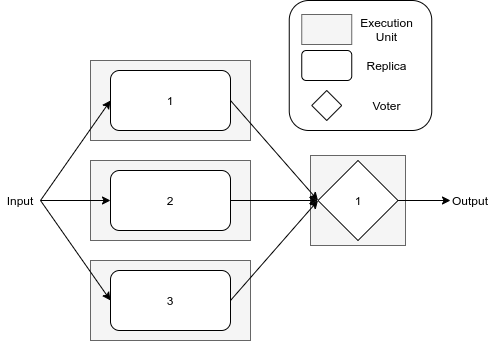
Before: images/Classical2OO3.png, a diagram exported from draw.io (Boffmann/masterThesis). Source tidied: cells renumbered, new cells last; positions are measured from the earlier drawing's top-left corner, leaving out a move shared by most shapes. Its diagram source:
```xml
<mxGraphModel>
  <root>
    <mxCell id="0" />
    <mxCell id="1" parent="0" />
    <mxCell id="2" style="rounded=0;whiteSpace=wrap;html=1;fillColor=#f5f5f5;strokeColor=#666666;fontColor=#333333;" parent="1" vertex="1">
      <mxGeometry x="310" y="155" width="95" height="90" as="geometry" />
    </mxCell>
    <mxCell id="3" style="rounded=0;whiteSpace=wrap;html=1;fillColor=#f5f5f5;strokeColor=#666666;fontColor=#333333;" parent="1" vertex="1">
      <mxGeometry x="90" y="160" width="160" height="80" as="geometry" />
    </mxCell>
    <mxCell id="4" style="rounded=0;whiteSpace=wrap;html=1;fillColor=#f5f5f5;strokeColor=#666666;fontColor=#333333;" parent="1" vertex="1">
      <mxGeometry x="90" y="60" width="160" height="80" as="geometry" />
    </mxCell>
    <mxCell id="5" value="1" style="rounded=1;whiteSpace=wrap;html=1;" parent="1" vertex="1">
      <mxGeometry x="110" y="70" width="120" height="60" as="geometry" />
    </mxCell>
    <mxCell id="6" value="2" style="rounded=1;whiteSpace=wrap;html=1;" parent="1" vertex="1">
      <mxGeometry x="110" y="170" width="120" height="60" as="geometry" />
    </mxCell>
    <mxCell id="7" style="edgeStyle=orthogonalEdgeStyle;rounded=0;jettySize=auto;html=1;entryX=0;entryY=0.5;entryDx=0;entryDy=0;" parent="1" edge="1" source="8" target="14">
      <mxGeometry relative="1" as="geometry" />
    </mxCell>
    <mxCell id="8" value="1" style="rhombus;whiteSpace=wrap;html=1;" parent="1" vertex="1">
      <mxGeometry x="317.5" y="160" width="80" height="80" as="geometry" />
    </mxCell>
    <mxCell id="9" style="endArrow=classic;html=1;entryX=0;entryY=0.5;entryDx=0;entryDy=0;exitX=1;exitY=0.5;exitDx=0;exitDy=0;" parent="1" edge="1" source="6" target="8">
      <mxGeometry relative="1" as="geometry" />
    </mxCell>
    <mxCell id="10" style="endArrow=classic;html=1;entryX=0;entryY=0.5;entryDx=0;entryDy=0;exitX=1;exitY=0.5;exitDx=0;exitDy=0;" parent="1" edge="1" source="5" target="8">
      <mxGeometry relative="1" as="geometry" />
    </mxCell>
    <mxCell id="11" value="Input" style="text;html=1;strokeColor=none;fillColor=none;align=center;verticalAlign=middle;whiteSpace=wrap;rounded=0;" parent="1" vertex="1">
      <mxGeometry y="190" width="40" height="20" as="geometry" />
    </mxCell>
    <mxCell id="12" style="endArrow=classic;html=1;exitX=1;exitY=0.5;exitDx=0;exitDy=0;entryX=0;entryY=0.5;entryDx=0;entryDy=0;" parent="1" edge="1" source="11" target="5">
      <mxGeometry relative="1" as="geometry" />
    </mxCell>
    <mxCell id="13" style="endArrow=classic;html=1;exitX=1;exitY=0.5;exitDx=0;exitDy=0;entryX=0;entryY=0.5;entryDx=0;entryDy=0;" parent="1" edge="1" source="11" target="6">
      <mxGeometry relative="1" as="geometry" />
    </mxCell>
    <mxCell id="14" value="Output" style="text;html=1;strokeColor=none;fillColor=none;align=center;verticalAlign=middle;whiteSpace=wrap;rounded=0;" parent="1" vertex="1">
      <mxGeometry x="450" y="190" width="40" height="20" as="geometry" />
    </mxCell>
    <mxCell id="15" style="rounded=0;whiteSpace=wrap;html=1;fillColor=#f5f5f5;strokeColor=#666666;fontColor=#333333;" parent="1" vertex="1">
      <mxGeometry x="90" y="260" width="160" height="80" as="geometry" />
    </mxCell>
    <mxCell id="16" value="3" style="rounded=1;whiteSpace=wrap;html=1;" parent="1" vertex="1">
      <mxGeometry x="110" y="270" width="120" height="60" as="geometry" />
    </mxCell>
    <mxCell id="17" style="endArrow=classic;html=1;exitX=1;exitY=0.5;exitDx=0;exitDy=0;entryX=0;entryY=0.5;entryDx=0;entryDy=0;" parent="1" edge="1" source="11" target="16">
      <mxGeometry relative="1" as="geometry" />
    </mxCell>
    <mxCell id="18" style="endArrow=classic;html=1;exitX=1;exitY=0.5;exitDx=0;exitDy=0;entryX=0;entryY=0.5;entryDx=0;entryDy=0;" parent="1" edge="1" source="16" target="8">
      <mxGeometry relative="1" as="geometry" />
    </mxCell>
    <mxCell id="19" style="rounded=1;whiteSpace=wrap;html=1;" parent="1" vertex="1">
      <mxGeometry x="288.8" width="142.5" height="130" as="geometry" />
    </mxCell>
    <mxCell id="20" style="rounded=0;whiteSpace=wrap;html=1;fillColor=#f5f5f5;strokeColor=#666666;fontColor=#333333;" parent="1" vertex="1">
      <mxGeometry x="301.2" y="14" width="50" height="30" as="geometry" />
    </mxCell>
    <mxCell id="21" value="Execution&lt;br&gt;Unit" style="text;html=1;align=center;verticalAlign=middle;" parent="1" vertex="1">
      <mxGeometry x="351.2" y="14" width="70" height="30" as="geometry" />
    </mxCell>
    <mxCell id="22" style="rounded=1;whiteSpace=wrap;html=1;" parent="1" vertex="1">
      <mxGeometry x="301.2" y="50" width="50" height="30" as="geometry" />
    </mxCell>
    <mxCell id="23" value="Replica" style="text;html=1;align=center;verticalAlign=middle;points=[];" parent="1" vertex="1">
      <mxGeometry x="356.2" y="55" width="60" height="20" as="geometry" />
    </mxCell>
    <mxCell id="24" style="rhombus;whiteSpace=wrap;html=1;" parent="1" vertex="1">
      <mxGeometry x="311.2" y="90" width="30" height="30" as="geometry" />
    </mxCell>
    <mxCell id="25" value="Voter" style="text;html=1;align=center;verticalAlign=middle;points=[];" parent="1" vertex="1">
      <mxGeometry x="366.2" y="95" width="40" height="20" as="geometry" />
    </mxCell>
  </root>
</mxGraphModel>
```
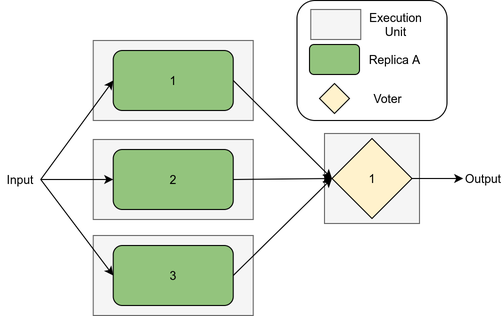
After the commit.

The edit, as a diff of the source:
```diff
@@ -3,76 +3,76 @@
     <mxCell id="0" />
     <mxCell id="1" parent="0" />
     <mxCell id="2" style="rounded=0;whiteSpace=wrap;html=1;fillColor=#f5f5f5;strokeColor=#666666;fontColor=#333333;" parent="1" vertex="1">
-      <mxGeometry x="310" y="155" width="95" height="90" as="geometry" />
+      <mxGeometry x="970" y="1043" width="95" height="90" as="geometry" />
     </mxCell>
     <mxCell id="3" style="rounded=0;whiteSpace=wrap;html=1;fillColor=#f5f5f5;strokeColor=#666666;fontColor=#333333;" parent="1" vertex="1">
-      <mxGeometry x="90" y="160" width="160" height="80" as="geometry" />
+      <mxGeometry x="738.8" y="1145" width="160" height="80" as="geometry" />
     </mxCell>
     <mxCell id="4" style="rounded=0;whiteSpace=wrap;html=1;fillColor=#f5f5f5;strokeColor=#666666;fontColor=#333333;" parent="1" vertex="1">
-      <mxGeometry x="90" y="60" width="160" height="80" as="geometry" />
+      <mxGeometry x="738.8" y="1049" width="160" height="80" as="geometry" />
     </mxCell>
-    <mxCell id="5" value="1" style="rounded=1;whiteSpace=wrap;html=1;" parent="1" vertex="1">
-      <mxGeometry x="110" y="70" width="120" height="60" as="geometry" />
+    <mxCell id="5" style="rounded=0;whiteSpace=wrap;html=1;fillColor=#f5f5f5;strokeColor=#666666;fontColor=#333333;" parent="1" vertex="1">
+      <mxGeometry x="738.8" y="950" width="160" height="80" as="geometry" />
     </mxCell>
-    <mxCell id="6" value="2" style="rounded=1;whiteSpace=wrap;html=1;" parent="1" vertex="1">
-      <mxGeometry x="110" y="170" width="120" height="60" as="geometry" />
+    <mxCell id="6" value="1" style="rounded=1;whiteSpace=wrap;html=1;fillColor=#93c47d;" parent="1" vertex="1">
+      <mxGeometry x="758.8" y="960" width="120" height="60" as="geometry" />
     </mxCell>
-    <mxCell id="7" style="edgeStyle=orthogonalEdgeStyle;rounded=0;jettySize=auto;html=1;entryX=0;entryY=0.5;entryDx=0;entryDy=0;" parent="1" edge="1" source="8" target="14">
-      <mxGeometry relative="1" as="geometry" />
+    <mxCell id="7" value="3" style="rounded=1;whiteSpace=wrap;html=1;fillColor=#93c47d;" parent="1" vertex="1">
+      <mxGeometry x="758.8" y="1155" width="120" height="60" as="geometry" />
     </mxCell>
-    <mxCell id="8" value="1" style="rhombus;whiteSpace=wrap;html=1;" parent="1" vertex="1">
-      <mxGeometry x="317.5" y="160" width="80" height="80" as="geometry" />
+    <mxCell id="8" value="2" style="rounded=1;whiteSpace=wrap;html=1;fillColor=#93c47d;" parent="1" vertex="1">
+      <mxGeometry x="758.8" y="1059" width="120" height="60" as="geometry" />
     </mxCell>
-    <mxCell id="9" style="endArrow=classic;html=1;entryX=0;entryY=0.5;entryDx=0;entryDy=0;exitX=1;exitY=0.5;exitDx=0;exitDy=0;" parent="1" edge="1" source="6" target="8">
-      <mxGeometry relative="1" as="geometry" />
+    <mxCell id="9" value="Input" style="text;html=1;strokeColor=none;fillColor=none;align=center;verticalAlign=middle;whiteSpace=wrap;rounded=0;" parent="1" vertex="1">
+      <mxGeometry x="646.2" y="1079" width="40" height="20" as="geometry" />
     </mxCell>
-    <mxCell id="10" style="endArrow=classic;html=1;entryX=0;entryY=0.5;entryDx=0;entryDy=0;exitX=1;exitY=0.5;exitDx=0;exitDy=0;" parent="1" edge="1" source="5" target="8">
+    <mxCell id="10" style="endArrow=classic;html=1;exitX=1;exitY=0.5;exitDx=0;exitDy=0;entryX=0;entryY=0.5;entryDx=0;entryDy=0;" parent="1" edge="1" source="9" target="8">
       <mxGeometry relative="1" as="geometry" />
     </mxCell>
-    <mxCell id="11" value="Input" style="text;html=1;strokeColor=none;fillColor=none;align=center;verticalAlign=middle;whiteSpace=wrap;rounded=0;" parent="1" vertex="1">
-      <mxGeometry y="190" width="40" height="20" as="geometry" />
+    <mxCell id="11" style="endArrow=classic;html=1;entryX=0;entryY=0.5;entryDx=0;entryDy=0;exitX=1;exitY=0.5;exitDx=0;exitDy=0;" parent="1" edge="1" source="9" target="6">
+      <mxGeometry relative="1" as="geometry" />
     </mxCell>
-    <mxCell id="12" style="endArrow=classic;html=1;exitX=1;exitY=0.5;exitDx=0;exitDy=0;entryX=0;entryY=0.5;entryDx=0;entryDy=0;" parent="1" edge="1" source="11" target="5">
+    <mxCell id="12" style="endArrow=classic;html=1;exitX=1;exitY=0.5;exitDx=0;exitDy=0;entryX=0;entryY=0.5;entryDx=0;entryDy=0;" parent="1" edge="1" source="9" target="7">
       <mxGeometry relative="1" as="geometry" />
     </mxCell>
-    <mxCell id="13" style="endArrow=classic;html=1;exitX=1;exitY=0.5;exitDx=0;exitDy=0;entryX=0;entryY=0.5;entryDx=0;entryDy=0;" parent="1" edge="1" source="11" target="6">
+    <mxCell id="13" style="endArrow=classic;html=1;exitX=1;exitY=0.5;exitDx=0;exitDy=0;entryX=0;entryY=0.5;entryDx=0;entryDy=0;" parent="1" edge="1" source="7" target="25">
       <mxGeometry relative="1" as="geometry" />
     </mxCell>
-    <mxCell id="14" value="Output" style="text;html=1;strokeColor=none;fillColor=none;align=center;verticalAlign=middle;whiteSpace=wrap;rounded=0;" parent="1" vertex="1">
-      <mxGeometry x="450" y="190" width="40" height="20" as="geometry" />
+    <mxCell id="14" style="endArrow=classic;html=1;exitX=1;exitY=0.5;exitDx=0;exitDy=0;entryX=0;entryY=0.5;entryDx=0;entryDy=0;" parent="1" edge="1" source="8" target="25">
+      <mxGeometry relative="1" as="geometry" />
     </mxCell>
-    <mxCell id="15" style="rounded=0;whiteSpace=wrap;html=1;fillColor=#f5f5f5;strokeColor=#666666;fontColor=#333333;" parent="1" vertex="1">
-      <mxGeometry x="90" y="260" width="160" height="80" as="geometry" />
+    <mxCell id="15" style="endArrow=classic;html=1;exitX=1;exitY=0.5;exitDx=0;exitDy=0;entryX=0;entryY=0.5;entryDx=0;entryDy=0;" parent="1" edge="1" source="6" target="25">
+      <mxGeometry relative="1" as="geometry" />
     </mxCell>
-    <mxCell id="16" value="3" style="rounded=1;whiteSpace=wrap;html=1;" parent="1" vertex="1">
-      <mxGeometry x="110" y="270" width="120" height="60" as="geometry" />
+    <mxCell id="16" style="rounded=1;whiteSpace=wrap;html=1;" parent="1" vertex="1">
+      <mxGeometry x="942.5" y="910" width="150" height="120" as="geometry" />
     </mxCell>
-    <mxCell id="17" style="endArrow=classic;html=1;exitX=1;exitY=0.5;exitDx=0;exitDy=0;entryX=0;entryY=0.5;entryDx=0;entryDy=0;" parent="1" edge="1" source="11" target="16">
-      <mxGeometry relative="1" as="geometry" />
+    <mxCell id="17" style="rounded=0;whiteSpace=wrap;html=1;fillColor=#f5f5f5;strokeColor=#666666;fontColor=#333333;" parent="1" vertex="1">
+      <mxGeometry x="956.2" y="919" width="50" height="30" as="geometry" />
     </mxCell>
-    <mxCell id="18" style="endArrow=classic;html=1;exitX=1;exitY=0.5;exitDx=0;exitDy=0;entryX=0;entryY=0.5;entryDx=0;entryDy=0;" parent="1" edge="1" source="16" target="8">
-      <mxGeometry relative="1" as="geometry" />
+    <mxCell id="18" value="Execution&lt;br&gt;Unit" style="text;html=1;align=center;verticalAlign=middle;" parent="1" vertex="1">
+      <mxGeometry x="1006.2" y="919" width="70" height="30" as="geometry" />
     </mxCell>
-    <mxCell id="19" style="rounded=1;whiteSpace=wrap;html=1;" parent="1" vertex="1">
-      <mxGeometry x="288.8" width="142.5" height="130" as="geometry" />
+    <mxCell id="19" style="rhombus;whiteSpace=wrap;html=1;fillColor=#fff2cc;" parent="1" vertex="1">
+      <mxGeometry x="965" y="993" width="30" height="30" as="geometry" />
     </mxCell>
-    <mxCell id="20" style="rounded=0;whiteSpace=wrap;html=1;fillColor=#f5f5f5;strokeColor=#666666;fontColor=#333333;" parent="1" vertex="1">
-      <mxGeometry x="301.2" y="14" width="50" height="30" as="geometry" />
+    <mxCell id="20" value="Voter" style="text;html=1;align=center;verticalAlign=middle;" parent="1" vertex="1">
+      <mxGeometry x="1012.5" y="998" width="40" height="20" as="geometry" />
     </mxCell>
-    <mxCell id="21" value="Execution&lt;br&gt;Unit" style="text;html=1;align=center;verticalAlign=middle;" parent="1" vertex="1">
-      <mxGeometry x="351.2" y="14" width="70" height="30" as="geometry" />
+    <mxCell id="21" style="rounded=1;whiteSpace=wrap;html=1;fillColor=#93c47d;" parent="1" vertex="1">
+      <mxGeometry x="955" y="954" width="50" height="30" as="geometry" />
     </mxCell>
-    <mxCell id="22" style="rounded=1;whiteSpace=wrap;html=1;" parent="1" vertex="1">
-      <mxGeometry x="301.2" y="50" width="50" height="30" as="geometry" />
+    <mxCell id="22" value="Replica A" style="text;html=1;align=center;verticalAlign=middle;" parent="1" vertex="1">
+      <mxGeometry x="1005" y="959" width="70" height="20" as="geometry" />
     </mxCell>
-    <mxCell id="23" value="Replica" style="text;html=1;align=center;verticalAlign=middle;points=[];" parent="1" vertex="1">
-      <mxGeometry x="356.2" y="55" width="60" height="20" as="geometry" />
+    <mxCell id="23" value="Output" style="text;html=1;strokeColor=none;fillColor=none;align=center;verticalAlign=middle;whiteSpace=wrap;rounded=0;" parent="1" vertex="1">
+      <mxGeometry x="1108.8" y="1078" width="40" height="20" as="geometry" />
     </mxCell>
-    <mxCell id="24" style="rhombus;whiteSpace=wrap;html=1;" parent="1" vertex="1">
-      <mxGeometry x="311.2" y="90" width="30" height="30" as="geometry" />
+    <mxCell id="24" style="endArrow=classic;html=1;entryX=0;entryY=0.5;entryDx=0;entryDy=0;exitX=1;exitY=0.5;exitDx=0;exitDy=0;" parent="1" edge="1" source="25" target="23">
+      <mxGeometry relative="1" as="geometry" />
     </mxCell>
-    <mxCell id="25" value="Voter" style="text;html=1;align=center;verticalAlign=middle;points=[];" parent="1" vertex="1">
-      <mxGeometry x="366.2" y="95" width="40" height="20" as="geometry" />
+    <mxCell id="25" value="1" style="rhombus;whiteSpace=wrap;html=1;fillColor=#fff2cc;" parent="1" vertex="1">
+      <mxGeometry x="977.5" y="1048" width="80" height="80" as="geometry" />
     </mxCell>
   </root>
 </mxGraphModel>
```
